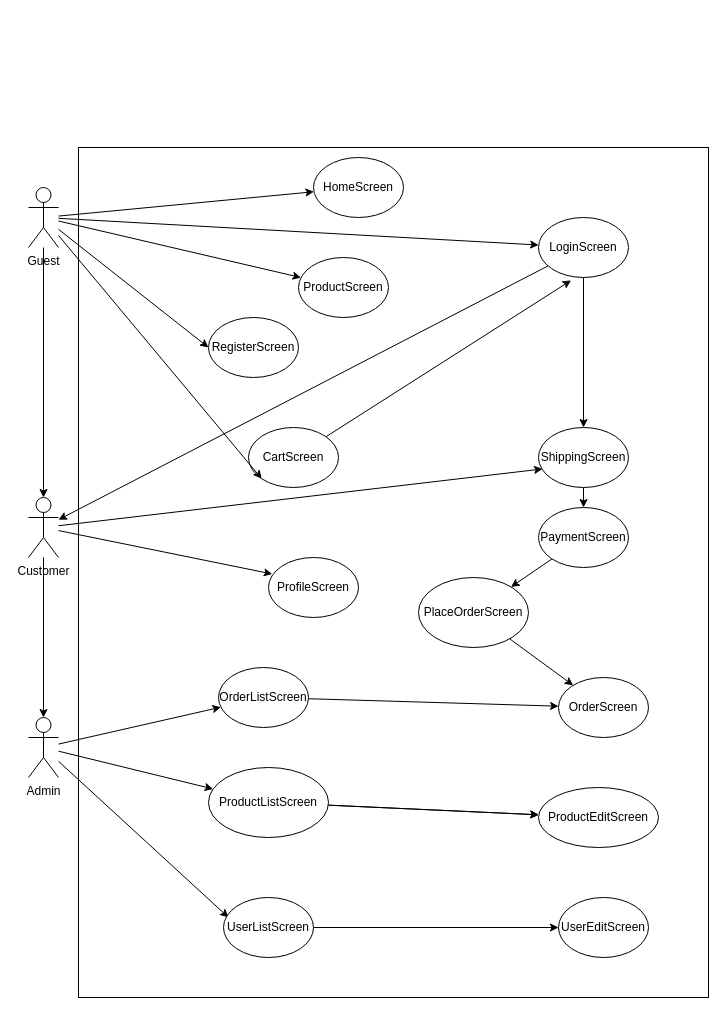
hossam7asan150/newShop keeps this draw.io diagram as page "useCaseDigrame" (1 of 8) of project/test.drawio. Above is the earlier version. Source tidied: cells renumbered, new cells numbered last; positions are measured from the earlier drawing's top-left corner, leaving out a move shared by most shapes. Both pictures are drawn from the tidied source at 100%, with x=0, y=0 at pixel (28, 147).
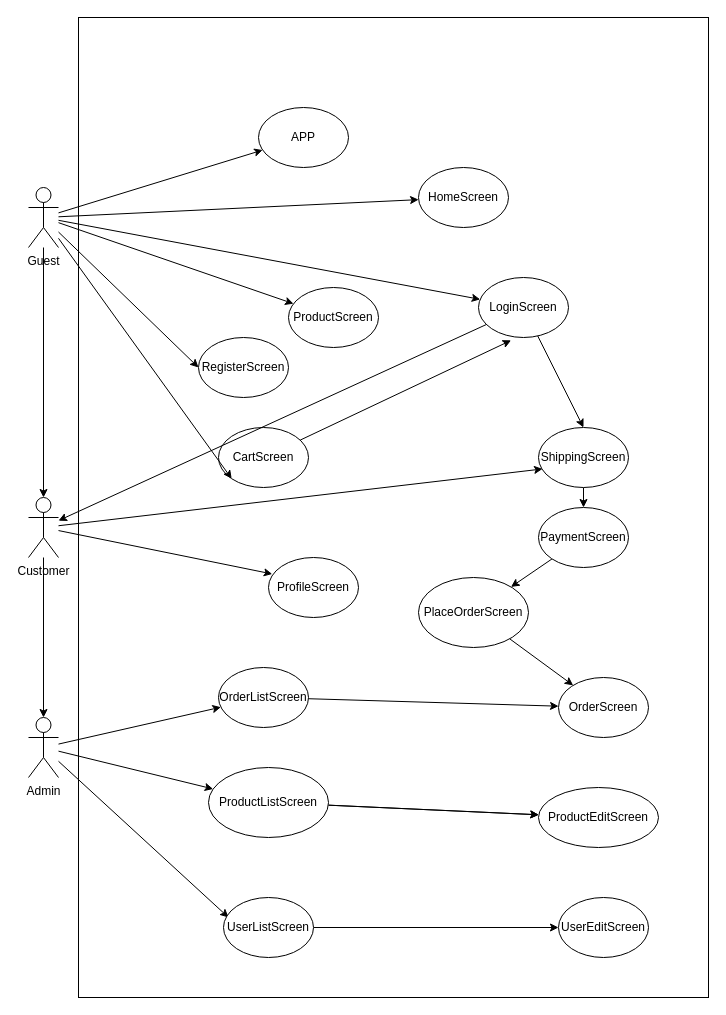
Above is the later version.

Unchanged cells that the change refers to:
```xml
<mxCell id="27" value="Guest" style="shape=umlActor;verticalLabelPosition=bottom;verticalAlign=top;html=1;outlineConnect=0;" parent="1" vertex="1">
  <mxGeometry y="40" width="30" height="60" as="geometry" />
</mxCell>
```

What changed in the source:
```diff
@@
     <mxCell id="2" style="rounded=0;whiteSpace=wrap;html=1;" parent="1" vertex="1">
-      <mxGeometry x="50" width="630" height="850" as="geometry" />
+      <mxGeometry x="50" y="-130" width="630" height="980" as="geometry" />
     </mxCell>
@@
     <mxCell id="7" value="HomeScreen" style="ellipse;whiteSpace=wrap;html=1;" parent="1" vertex="1">
-      <mxGeometry x="285" y="10" width="90" height="60" as="geometry" />
+      <mxGeometry x="390" y="20" width="90" height="60" as="geometry" />
     </mxCell>
@@
     <mxCell id="9" value="CartScreen" style="ellipse;whiteSpace=wrap;html=1;" parent="1" vertex="1">
-      <mxGeometry x="220" y="280" width="90" height="60" as="geometry" />
+      <mxGeometry x="190" y="280" width="90" height="60" as="geometry" />
     </mxCell>
@@
     <mxCell id="12" value="LoginScreen" style="ellipse;whiteSpace=wrap;html=1;" parent="1" vertex="1">
-      <mxGeometry x="510" y="70" width="90" height="60" as="geometry" />
+      <mxGeometry x="450" y="130" width="90" height="60" as="geometry" />
     </mxCell>
@@
     <mxCell id="18" value="ProductScreen" style="ellipse;whiteSpace=wrap;html=1;" parent="1" vertex="1">
-      <mxGeometry x="270" y="110" width="90" height="60" as="geometry" />
+      <mxGeometry x="260" y="140" width="90" height="60" as="geometry" />
     </mxCell>
@@
+    <mxCell id="43" style="edgeStyle=none;html=1;" parent="1" edge="1" source="27" target="44">
+      <mxGeometry relative="1" as="geometry" />
+    </mxCell>
@@
     <mxCell id="32" value="RegisterScreen" style="ellipse;whiteSpace=wrap;html=1;" parent="1" vertex="1">
-      <mxGeometry x="180" y="170" width="90" height="60" as="geometry" />
+      <mxGeometry x="170" y="190" width="90" height="60" as="geometry" />
     </mxCell>
@@
+    <mxCell id="44" value="APP" style="ellipse;whiteSpace=wrap;html=1;" parent="1" vertex="1">
+      <mxGeometry x="230" y="-40" width="90" height="60" as="geometry" />
+    </mxCell>
```
